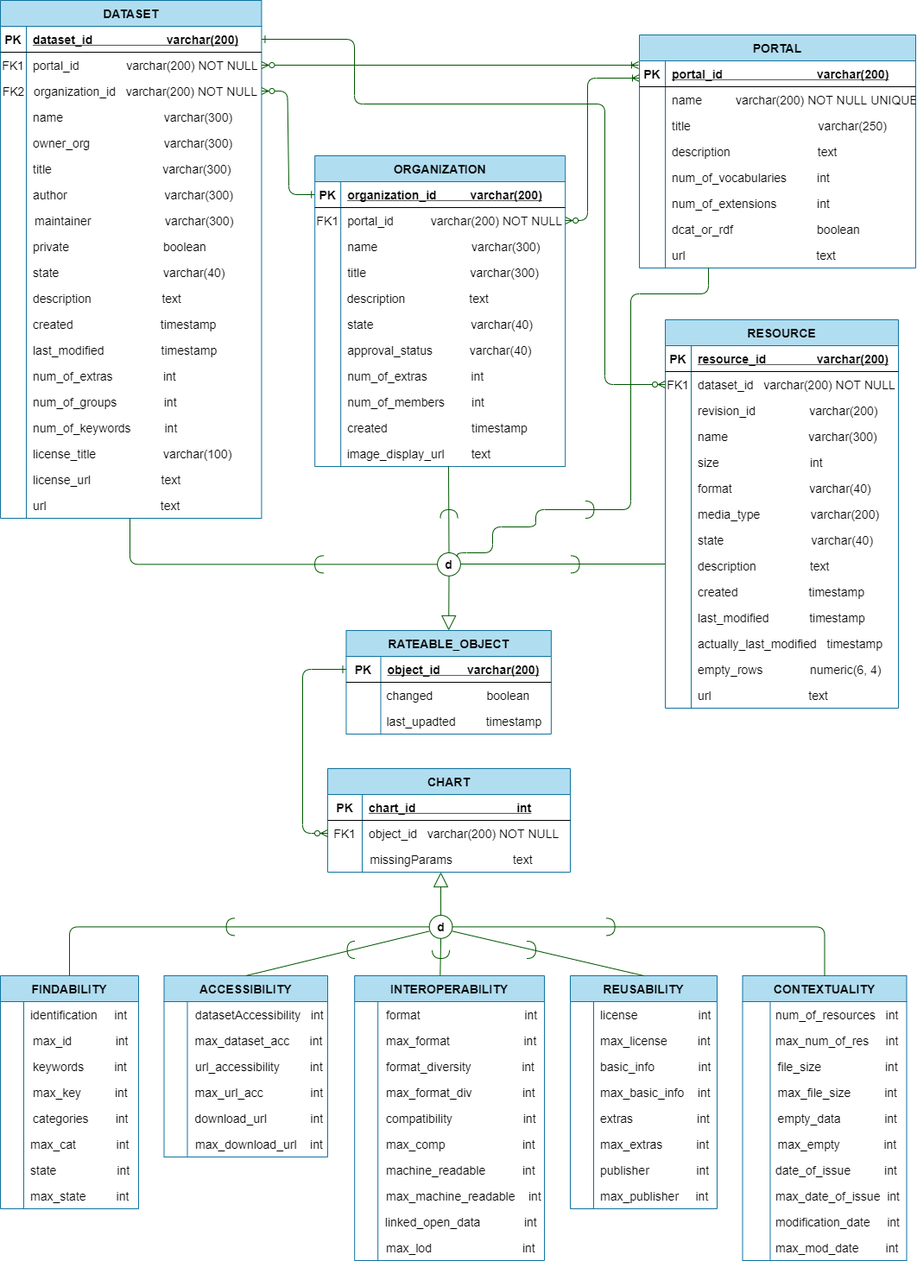
Above: db/relation_model.png in lukasunara/ckan-data-analysis (draw.io), before the change. Source tidied: cells renumbered, new cells last; positions are measured from the earlier drawing's top-left corner, leaving out a move shared by most shapes.
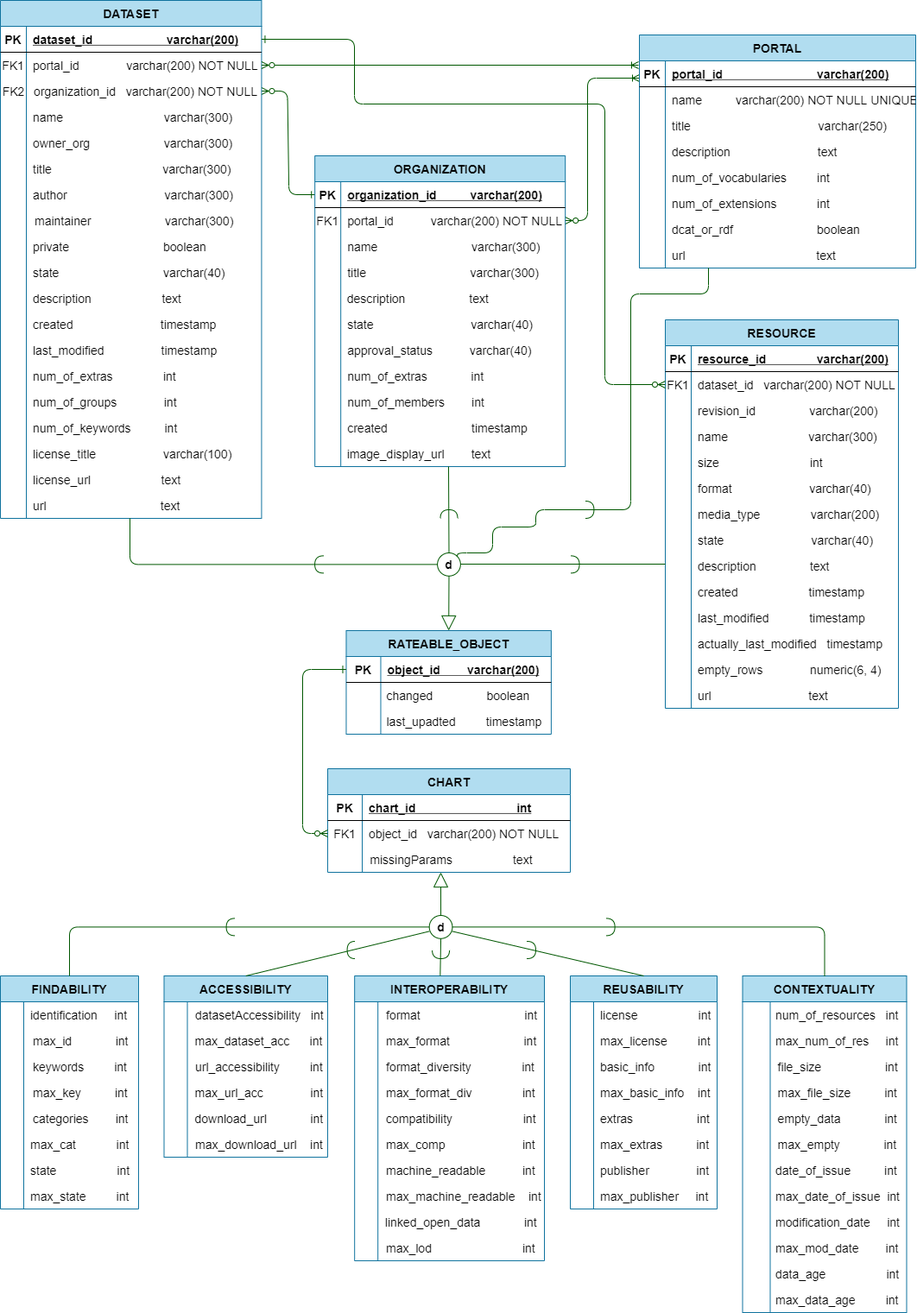
After the commit.

Commit message:
Added data age indicator in contextuality

The edit, as a diff of the source:
```diff
@@ -258,7 +258,7 @@
       <mxGeometry x="27" y="1340" width="130" height="30" as="geometry" />
     </mxCell>
     <mxCell id="83" value="CONTEXTUALITY" style="shape=table;startSize=30;rowLines=0;fontStyle=1;align=center;fillColor=#b1ddf0;strokeColor=#10739e;fontSize=14;" parent="1" vertex="1">
-      <mxGeometry x="859.5" y="1130" width="190" height="330" as="geometry" />
+      <mxGeometry x="859.5" y="1130" width="190" height="390" as="geometry" />
     </mxCell>
     <mxCell id="84" style="shape=partialRectangle;fillColor=none;top=0;left=0;right=0;bottom=0;fontSize=14;" parent="83" vertex="1">
       <mxGeometry y="30" width="190" height="30" as="geometry" />
@@ -663,5 +663,11 @@
     <mxCell id="183" value="max_mod_date        int" style="shape=partialRectangle;overflow=hidden;fillColor=none;top=0;left=0;bottom=0;right=0;align=left;spacingLeft=6;fontSize=14;" parent="1" vertex="1">
       <mxGeometry x="890" y="1430" width="159.5" height="30" as="geometry" />
     </mxCell>
+    <mxCell id="184" value="data_age                  int" style="shape=partialRectangle;overflow=hidden;fillColor=none;top=0;left=0;bottom=0;right=0;align=left;spacingLeft=6;fontSize=14;" parent="1" vertex="1">
+      <mxGeometry x="890" y="1460" width="159.5" height="30" as="geometry" />
+    </mxCell>
+    <mxCell id="185" value="max_data_age         int" style="shape=partialRectangle;overflow=hidden;fillColor=none;top=0;left=0;bottom=0;right=0;align=left;spacingLeft=6;fontSize=14;" parent="1" vertex="1">
+      <mxGeometry x="890" y="1490" width="159.5" height="30" as="geometry" />
+    </mxCell>
   </root>
 </mxGraphModel>
```
